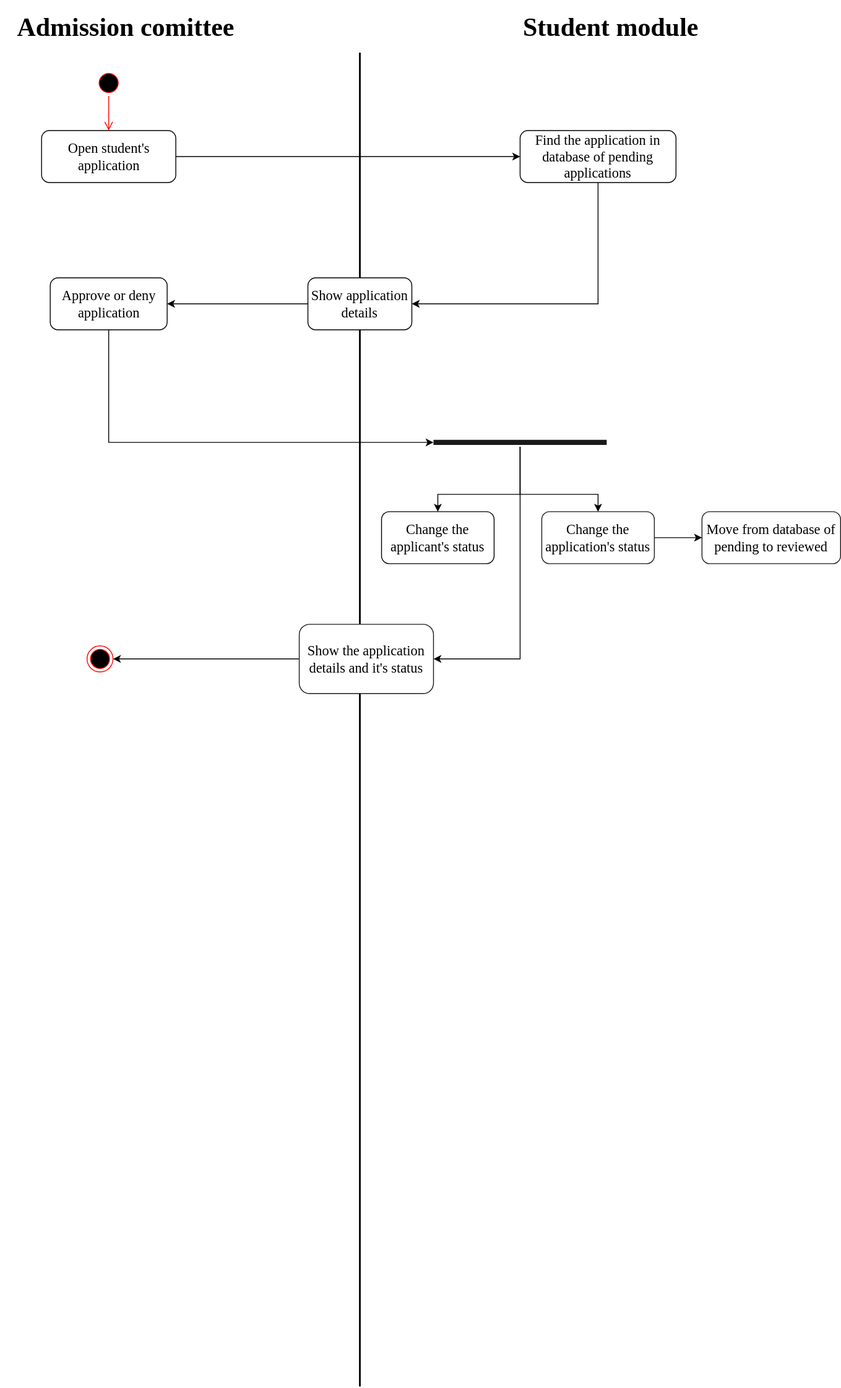
This is activity-diagrams/review-student-admission.svg from Kwantigon/software-engineering-intro, a draw.io export, as it was before one commit. Source tidied: cells renumbered, new cells last; positions are measured from the earlier drawing's top-left corner, leaving out a move shared by most shapes.
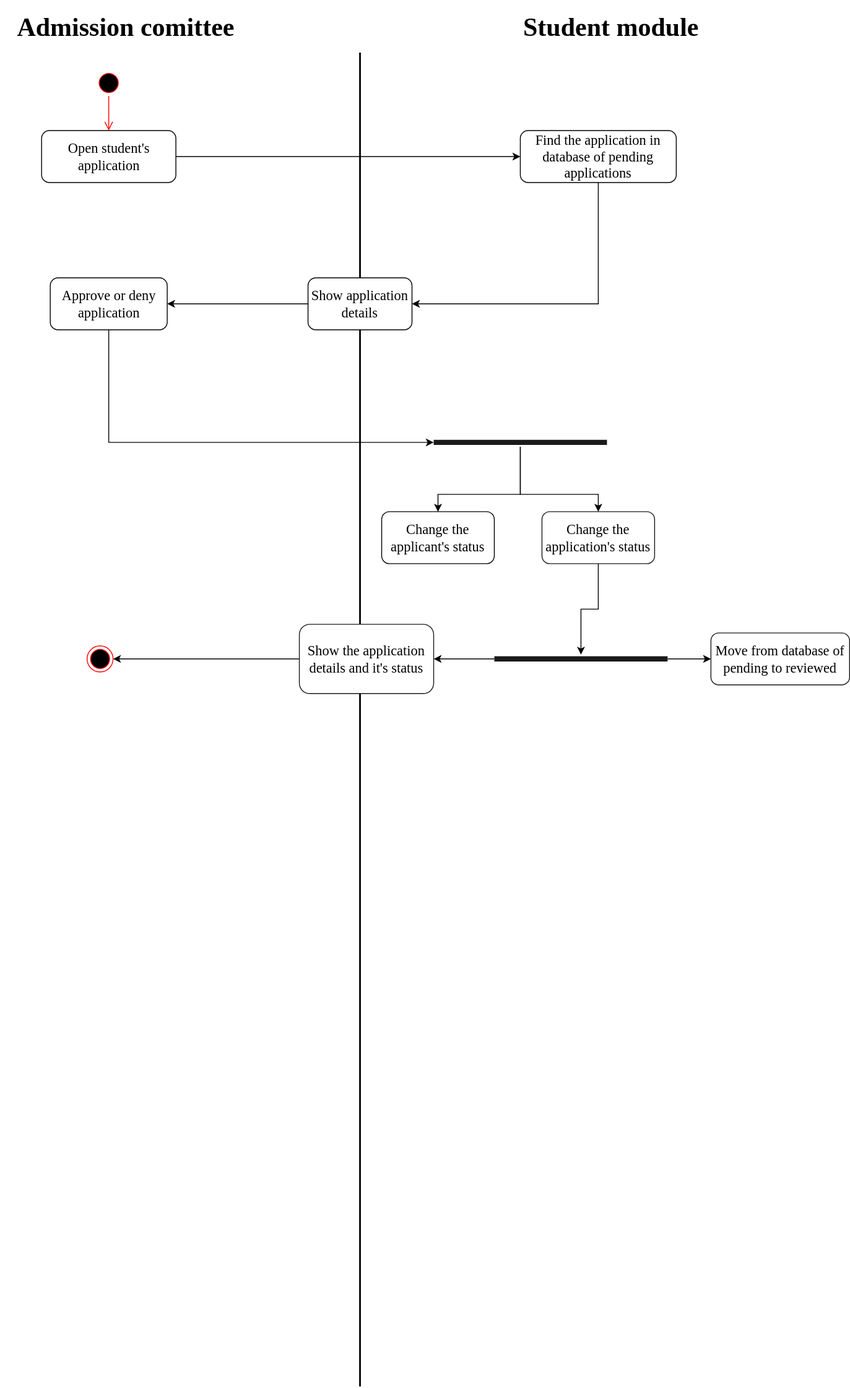
The same diagram one commit later.

What changed in the source:
```diff
@@ -67,23 +67,20 @@
         </Array>
       </mxGeometry>
     </mxCell>
-    <mxCell id="17" style="edgeStyle=orthogonalEdgeStyle;rounded=0;jettySize=auto;html=1;entryX=1;entryY=0.5;entryDx=0;entryDy=0;" parent="1" edge="1" source="18" target="25">
-      <mxGeometry relative="1" as="geometry" />
-    </mxCell>
     <mxCell id="18" style="shape=line;html=1;strokeWidth=6;strokeColor=#1A1A1A;" parent="1" vertex="1">
       <mxGeometry x="500" y="505" width="200" height="10" as="geometry" />
     </mxCell>
     <mxCell id="19" value="&lt;font face=&quot;Times New Roman&quot; style=&quot;font-size: 16px&quot;&gt;Change the applicant's status&lt;/font&gt;" style="rounded=1;whiteSpace=wrap;html=1;" parent="1" vertex="1">
       <mxGeometry x="440" y="590" width="130" height="60" as="geometry" />
     </mxCell>
-    <mxCell id="20" style="edgeStyle=orthogonalEdgeStyle;rounded=0;jettySize=auto;html=1;" parent="1" edge="1" source="21" target="22">
-      <mxGeometry relative="1" as="geometry" />
-    </mxCell>
+    <mxCell id="26" style="edgeStyle=orthogonalEdgeStyle;rounded=0;jettySize=auto;html=1;" parent="1" edge="1" source="21" target="29">
+      <mxGeometry relative="1" as="geometry" />
+    </mxCell>
     <mxCell id="21" value="&lt;font style=&quot;font-size: 16px&quot; face=&quot;Times New Roman&quot;&gt;Change the application's status&lt;/font&gt;" style="rounded=1;whiteSpace=wrap;html=1;strokeColor=#1A1A1A;" parent="1" vertex="1">
       <mxGeometry x="625" y="590" width="130" height="60" as="geometry" />
     </mxCell>
     <mxCell id="22" value="&lt;font style=&quot;font-size: 16px&quot; face=&quot;Times New Roman&quot;&gt;Move from database of pending to reviewed&lt;/font&gt;" style="whiteSpace=wrap;html=1;rounded=1;strokeColor=#1A1A1A;" parent="1" vertex="1">
-      <mxGeometry x="810" y="590" width="160" height="60" as="geometry" />
+      <mxGeometry x="820" y="730" width="160" height="60" as="geometry" />
     </mxCell>
     <mxCell id="23" style="ellipse;html=1;shape=endState;fillColor=#000000;strokeColor=#ff0000;" parent="1" vertex="1">
       <mxGeometry x="100" y="745" width="30" height="30" as="geometry" />
@@ -94,5 +91,14 @@
     <mxCell id="25" value="&lt;font style=&quot;font-size: 16px&quot; face=&quot;Times New Roman&quot;&gt;Show the application details and it's status&lt;/font&gt;" style="rounded=1;whiteSpace=wrap;html=1;strokeColor=#1A1A1A;" parent="1" vertex="1">
       <mxGeometry x="345" y="720" width="155" height="80" as="geometry" />
     </mxCell>
+    <mxCell id="27" style="edgeStyle=orthogonalEdgeStyle;rounded=0;jettySize=auto;html=1;entryX=0;entryY=0.5;entryDx=0;entryDy=0;" parent="1" edge="1" source="29" target="22">
+      <mxGeometry relative="1" as="geometry" />
+    </mxCell>
+    <mxCell id="28" style="edgeStyle=orthogonalEdgeStyle;rounded=0;jettySize=auto;html=1;entryX=1;entryY=0.5;entryDx=0;entryDy=0;" parent="1" edge="1" source="29" target="25">
+      <mxGeometry relative="1" as="geometry" />
+    </mxCell>
+    <mxCell id="29" style="shape=line;html=1;strokeWidth=6;strokeColor=#1A1A1A;" parent="1" vertex="1">
+      <mxGeometry x="570" y="755" width="200" height="10" as="geometry" />
+    </mxCell>
   </root>
 </mxGraphModel>
```
